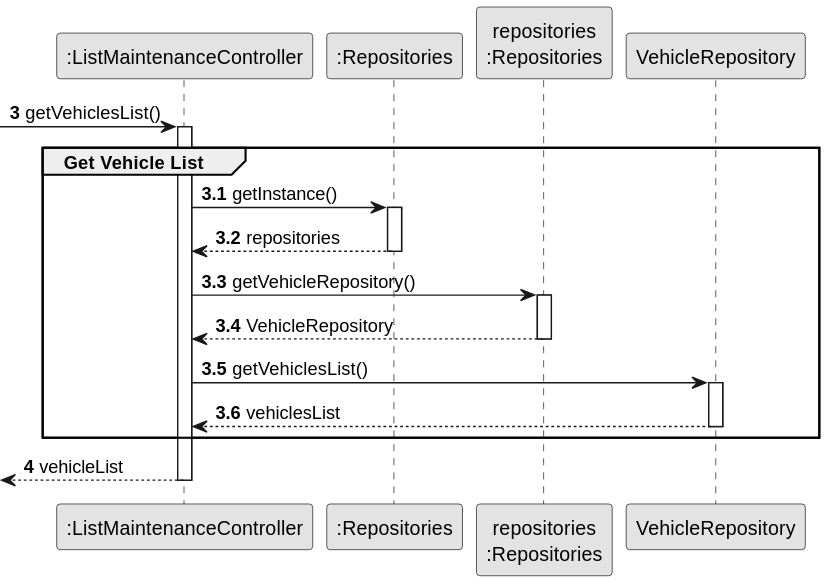
Before: docs/sprintB/us008/03.design/svg/us008-sequence-diagram-partial-get-vehicle-list.svg, a diagram exported from PlantUML (RicardoMorim/lapr2-ISEP-Project). Its diagram source:
```plantuml
@startuml
skinparam monochrome true
skinparam packageStyle rectangle
skinparam shadowing false

autonumber


participant ":ListMaintenanceController" as CTRL
participant ":Repositories" as RepositorySingleton
participant "repositories\n:Repositories" as PLAT

autonumber 3

 -> CTRL : getVehiclesList()
autonumber 3.1
activate CTRL
    group Get Vehicle List

            CTRL -> RepositorySingleton : getInstance()
            activate RepositorySingleton

            RepositorySingleton --> CTRL: repositories
            deactivate RepositorySingleton

            CTRL -> PLAT : getVehicleRepository()
            activate PLAT

            PLAT --> CTRL: VehicleRepository
            deactivate PLAT

            CTRL -> VehicleRepository : getVehiclesList()
            activate VehicleRepository

            VehicleRepository --> CTRL : vehiclesList
            deactivate VehicleRepository

    end

    autonumber 4
    <-- CTRL  : vehicleList
deactivate CTRL
@enduml
```
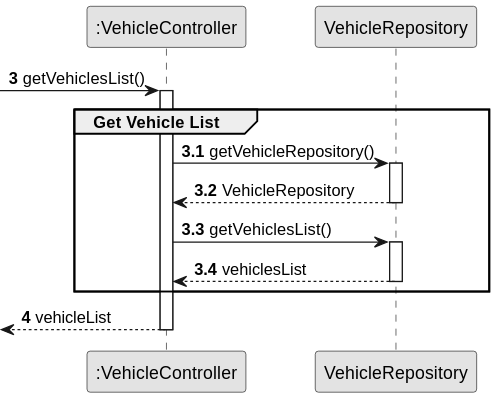
Above is the later version.

Commit message:
updated one of the partial sequence diagrams of the us008

Change to the diagram source:
```diff
@@ -6,9 +6,7 @@
 autonumber
 
 
-participant ":ListMaintenanceController" as CTRL
-participant ":Repositories" as RepositorySingleton
-participant "repositories\n:Repositories" as PLAT
+participant ":VehicleController" as CTRL
 
 autonumber 3
 
@@ -17,17 +15,11 @@
 activate CTRL
     group Get Vehicle List
 
-            CTRL -> RepositorySingleton : getInstance()
-            activate RepositorySingleton
+            CTRL ->VehicleRepository : getVehicleRepository()
+            activate VehicleRepository
 
-            RepositorySingleton --> CTRL: repositories
-            deactivate RepositorySingleton
-
-            CTRL -> PLAT : getVehicleRepository()
-            activate PLAT
-
-            PLAT --> CTRL: VehicleRepository
-            deactivate PLAT
+            VehicleRepository --> CTRL: VehicleRepository
+            deactivate VehicleRepository
 
             CTRL -> VehicleRepository : getVehiclesList()
             activate VehicleRepository
```
